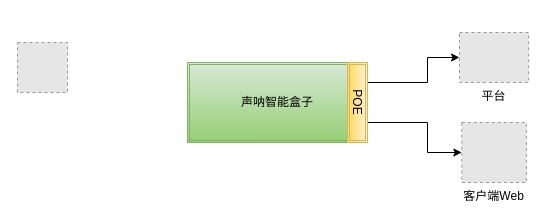
Earlier version of the draw.io diagram shengna.drawio (snowolfhawk/ceph-scripts). Source tidied: cells renumbered, new cells numbered last; positions are measured from the earlier drawing's top-left corner, leaving out a move shared by most shapes. Both pictures are drawn from the tidied source at 100%, with x=0, y=0 at pixel (17, 32). Pictures stored in the file or linked from it are replaced by grey dashed boxes.
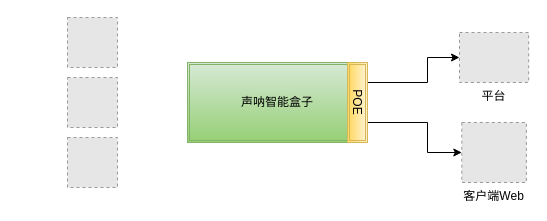
Above is the later version.

The edit, as a diff of the source:
```diff
@@
 <mxGraphModel>
   <root>
     <mxCell id="0" />
     <mxCell id="1" parent="0" />
     <mxCell id="2" value="平台" style="fillColor=#E6E6E6;strokeColor=#999999;dashed=1;verticalLabelPosition=bottom;labelBackgroundColor=#ffffff;verticalAlign=top;" parent="1" vertex="1">
       <mxGeometry x="442" width="69.2" height="50" as="geometry" />
     </mxCell>
     <mxCell id="3" style="fillColor=#E6E6E6;strokeColor=#999999;dashed=1;html=1;verticalAlign=top;verticalLabelPosition=bottom;labelBackgroundColor=#ffffff;" parent="1" vertex="1">
-      <mxGeometry y="10" width="50" height="50" as="geometry" />
+      <mxGeometry x="50" y="-15" width="50" height="50" as="geometry" />
     </mxCell>
     <mxCell id="4" value="客户端Web" style="fillColor=#E6E6E6;strokeColor=#999999;dashed=1;verticalLabelPosition=bottom;labelBackgroundColor=#ffffff;verticalAlign=top;" parent="1" vertex="1">
       <mxGeometry x="444.3" y="90" width="64.6" height="60" as="geometry" />
     </mxCell>
     <mxCell id="5" value="声呐智能盒子" style="shape=ext;double=1;rounded=0;whiteSpace=wrap;html=1;fillColor=#d5e8d4;strokeColor=#82b366;gradientColor=#97d077;" parent="1" vertex="1">
       <mxGeometry x="170" y="30" width="180" height="80" as="geometry" />
     </mxCell>
     <mxCell id="6" style="edgeStyle=segmentEdgeStyle;endArrow=classic;html=1;rounded=0;entryX=0;entryY=0.5;entryDx=0;entryDy=0;exitX=1;exitY=0.25;exitDx=0;exitDy=0;" parent="1" edge="1" source="5" target="2">
       <mxGeometry relative="1" as="geometry">
         <Array as="points">
           <mxPoint x="410" y="50" />
           <mxPoint x="410" y="25" />
         </Array>
       </mxGeometry>
     </mxCell>
     <mxCell id="7" style="edgeStyle=elbowEdgeStyle;elbow=horizontal;endArrow=classic;html=1;rounded=0;exitX=1;exitY=0.75;exitDx=0;exitDy=0;entryX=0;entryY=0.5;entryDx=0;entryDy=0;" parent="1" edge="1" source="5" target="4">
       <mxGeometry relative="1" as="geometry">
         <Array as="points">
           <mxPoint x="410" y="100" />
         </Array>
       </mxGeometry>
     </mxCell>
     <mxCell id="8" value="POE" style="shape=ext;double=1;rounded=0;whiteSpace=wrap;html=1;rotation=90;fillColor=#fff2cc;gradientColor=#ffd966;strokeColor=#d6b656;" parent="1" vertex="1">
       <mxGeometry x="300" y="60" width="80" height="20" as="geometry" />
     </mxCell>
+    <mxCell id="9" style="fillColor=#E6E6E6;strokeColor=#999999;dashed=1;html=1;verticalAlign=top;verticalLabelPosition=bottom;labelBackgroundColor=#ffffff;" parent="1" vertex="1">
+      <mxGeometry x="50" y="45" width="50" height="50" as="geometry" />
+    </mxCell>
+    <mxCell id="10" style="fillColor=#E6E6E6;strokeColor=#999999;dashed=1;html=1;verticalAlign=top;verticalLabelPosition=bottom;labelBackgroundColor=#ffffff;" parent="1" vertex="1">
+      <mxGeometry x="50" y="105" width="50" height="50" as="geometry" />
+    </mxCell>
   </root>
 </mxGraphModel>
```
